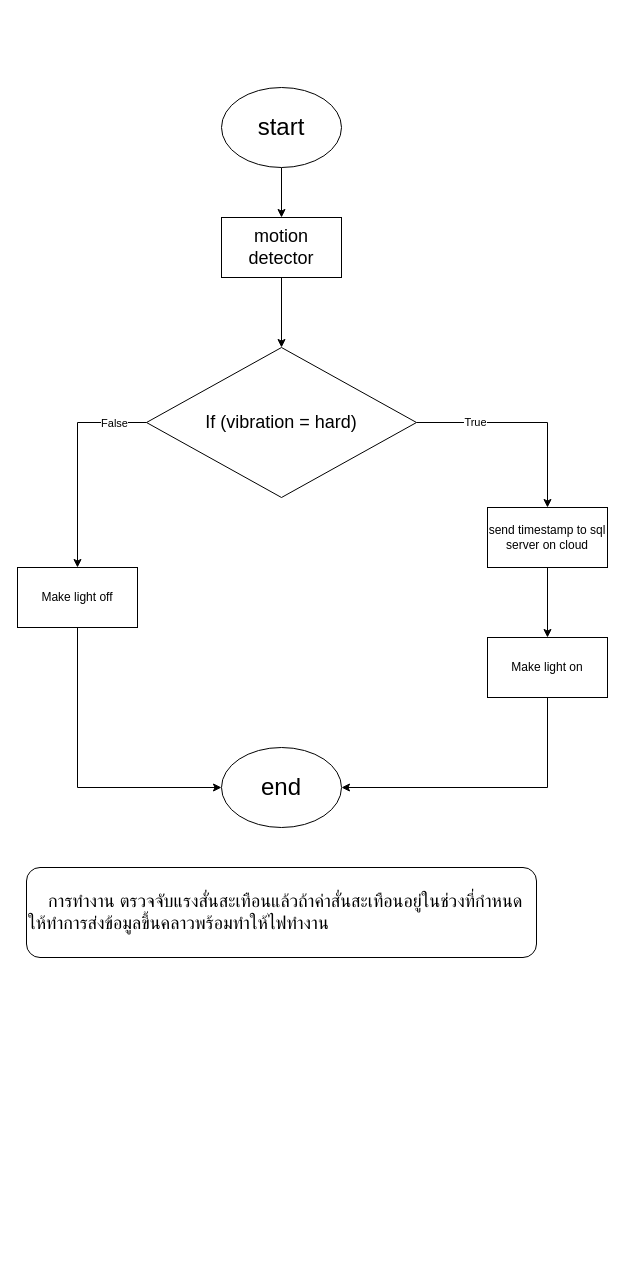
Above: diagram.drawio in JetsadaWijit/university-bangkok-2024-3yr-sm2-cs423-project (draw.io), before the change. Source tidied: cells renumbered, new cells numbered last; positions are measured from the earlier drawing's top-left corner, leaving out a move shared by most shapes. Both pictures are drawn from the tidied source at 100%, with x=0, y=0 at pixel (17, 87).
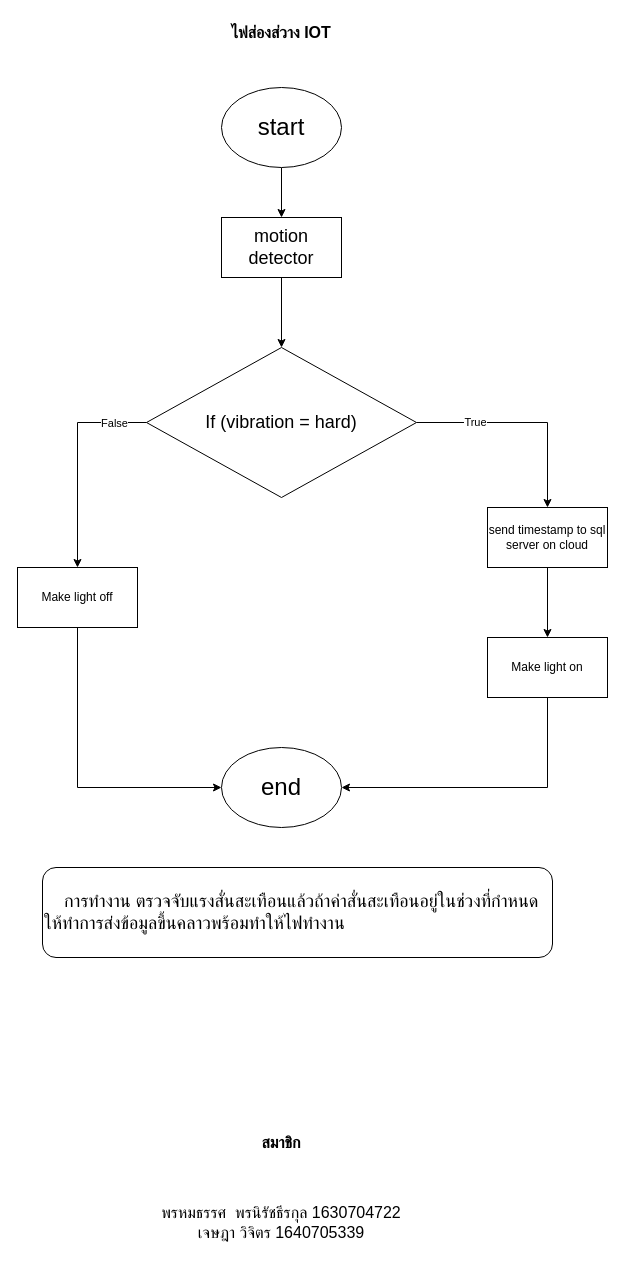
After the change.

What changed in the source:
```diff
@@
     <mxCell id="16" value="&lt;span style=&quot;font-size: 18px;&quot;&gt;&amp;nbsp; &amp;nbsp; การทำงาน ตรวจจับแรงสั่นสะเทือนแล้วถ้าค่าสั่นสะเทือนอยู่ในช่วงที่กำหนดให้ทำการส่งข้อมูลขึ้นคลาวพร้อมทำให้ไฟทำงาน&lt;br&gt;&lt;/span&gt;" style="rounded=1;whiteSpace=wrap;html=1;align=left;" parent="1" vertex="1">
-      <mxGeometry x="9" y="780" width="510" height="90" as="geometry" />
+      <mxGeometry x="25" y="780" width="510" height="90" as="geometry" />
     </mxCell>
@@
+    <mxCell id="19" value="&lt;b&gt;สมาชิก&lt;/b&gt;" style="text;html=1;align=center;verticalAlign=middle;whiteSpace=wrap;rounded=0;fontSize=16;" parent="1" vertex="1">
+      <mxGeometry x="234" y="1040" width="60" height="30" as="geometry" />
+    </mxCell>
+    <mxCell id="20" value="&lt;b&gt;ไฟส่องส่วาง IOT&lt;/b&gt;" style="text;html=1;align=center;verticalAlign=middle;whiteSpace=wrap;rounded=0;fontSize=16;" parent="1" vertex="1">
+      <mxGeometry x="199" y="-70" width="130" height="30" as="geometry" />
+    </mxCell>
+    <mxCell id="21" value="พรหมธรรศ&amp;nbsp; พรนิรัชธีรกุล 1630704722&lt;div&gt;เจษฎา วิจิตร 1640705339&lt;/div&gt;" style="text;html=1;align=center;verticalAlign=middle;whiteSpace=wrap;rounded=0;fontSize=16;" parent="1" vertex="1">
+      <mxGeometry x="119" y="1110" width="290" height="50" as="geometry" />
+    </mxCell>
+    <mxCell id="22" style="edgeStyle=none;curved=1;rounded=0;orthogonalLoop=1;jettySize=auto;html=1;exitX=1;exitY=1;exitDx=0;exitDy=0;fontSize=12;startSize=8;endSize=8;" parent="1" edge="1" source="21" target="21">
+      <mxGeometry relative="1" as="geometry" />
+    </mxCell>
```
